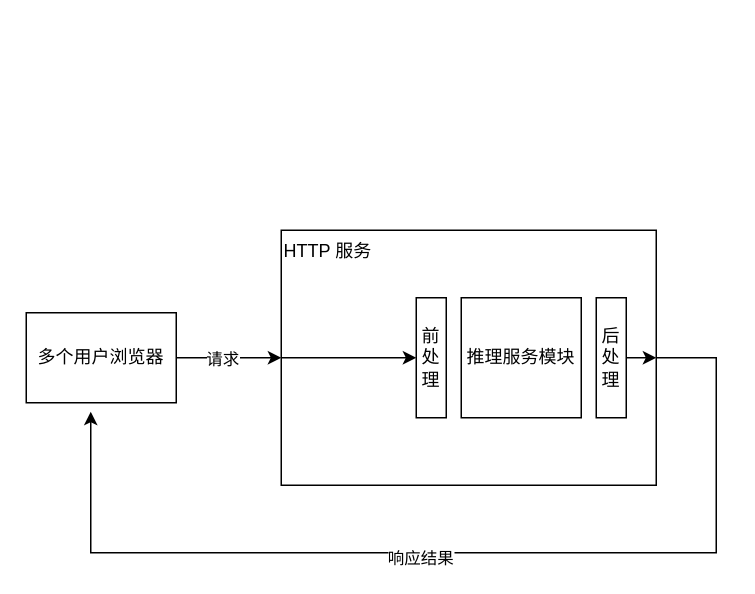
DaskiSnow/drawioFiles keeps this draw.io diagram as work_总体方案图.drawio. Above is the earlier version. Source tidied: cells renumbered, new cells numbered last; positions are measured from the earlier drawing's top-left corner, leaving out a move shared by most shapes. Both pictures are drawn from the tidied source at 150%, with x=0, y=0 at pixel (26, 230).
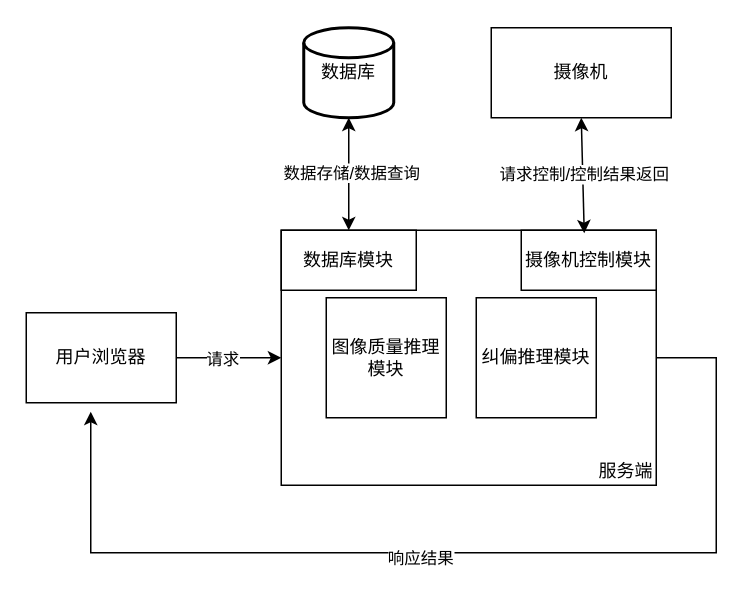
The same diagram, later.

Commit message (it also covers changes not shown here):
更新work_总体方案图.drawio

What changed in the source:
```diff
@@
-    <mxCell id="2" value="多个用户浏览器" style="rounded=0;whiteSpace=wrap;html=1;" parent="1" vertex="1">
+    <mxCell id="2" value="用户浏览器" style="rounded=0;whiteSpace=wrap;html=1;" parent="1" vertex="1">
       <mxGeometry y="55" width="100" height="60" as="geometry" />
     </mxCell>
-    <mxCell id="3" value="HTTP 服务" style="rounded=0;whiteSpace=wrap;html=1;align=left;verticalAlign=top;" parent="1" vertex="1">
+    <mxCell id="3" value="服务端" style="rounded=0;whiteSpace=wrap;html=1;align=right;verticalAlign=bottom;" parent="1" vertex="1">
       <mxGeometry x="170" width="250" height="170" as="geometry" />
     </mxCell>
-    <mxCell id="4" value="推理服务模块" style="whiteSpace=wrap;html=1;align=center;" parent="1" vertex="1">
-      <mxGeometry x="290" y="45" width="80" height="80" as="geometry" />
+    <mxCell id="4" value="纠偏推理模块" style="whiteSpace=wrap;html=1;align=center;" parent="1" vertex="1">
+      <mxGeometry x="300" y="45" width="80" height="80" as="geometry" />
     </mxCell>
-    <mxCell id="5" value="前处理" style="rounded=0;whiteSpace=wrap;html=1;" parent="1" vertex="1">
-      <mxGeometry x="260" y="45" width="20" height="80" as="geometry" />
+    <mxCell id="5" value="摄像机控制模块" style="rounded=0;whiteSpace=wrap;html=1;" parent="1" vertex="1">
+      <mxGeometry x="330" width="90" height="40" as="geometry" />
     </mxCell>
-    <mxCell id="6" value="后处理" style="rounded=0;whiteSpace=wrap;html=1;" parent="1" vertex="1">
-      <mxGeometry x="380" y="45" width="20" height="80" as="geometry" />
+    <mxCell id="6" value="图像质量推理模块" style="rounded=0;whiteSpace=wrap;html=1;" parent="1" vertex="1">
+      <mxGeometry x="200" y="45" width="80" height="80" as="geometry" />
     </mxCell>
@@
-    <mxCell id="11" style="endArrow=classic;html=1;rounded=0;exitX=0;exitY=0.5;exitDx=0;exitDy=0;entryX=0;entryY=0.5;entryDx=0;entryDy=0;" parent="1" edge="1" source="3" target="5">
-      <mxGeometry relative="1" as="geometry" />
-    </mxCell>
-    <mxCell id="12" style="endArrow=classic;html=1;rounded=0;exitX=1;exitY=0.5;exitDx=0;exitDy=0;" parent="1" edge="1" source="6" target="3">
-      <mxGeometry relative="1" as="geometry" />
-    </mxCell>
+    <mxCell id="13" style="endArrow=classic;startArrow=classic;html=1;rounded=0;entryX=0.5;entryY=1;entryDx=0;entryDy=0;exitX=0.5;exitY=0;exitDx=0;exitDy=0;" parent="1" edge="1" source="18">
+      <mxGeometry relative="1" as="geometry">
+        <mxPoint x="215" y="-75" as="targetPoint" />
+      </mxGeometry>
+    </mxCell>
+    <mxCell id="14" value="数据存储/数据查询" style="edgeLabel;html=1;align=center;verticalAlign=middle;" parent="13" vertex="1">
+      <mxGeometry x="0.04" y="-1" relative="1" as="geometry" />
+    </mxCell>
+    <mxCell id="15" value="摄像机" style="rounded=0;whiteSpace=wrap;html=1;" parent="1" vertex="1">
+      <mxGeometry x="310" y="-135" width="120" height="60" as="geometry" />
+    </mxCell>
+    <mxCell id="16" style="endArrow=classic;startArrow=classic;html=1;rounded=0;entryX=0.5;entryY=1;entryDx=0;entryDy=0;exitX=0.808;exitY=0.012;exitDx=0;exitDy=0;exitPerimeter=0;" parent="1" edge="1" source="3" target="15">
+      <mxGeometry relative="1" as="geometry" />
+    </mxCell>
+    <mxCell id="17" value="请求控制/控制结果返回" style="edgeLabel;html=1;align=center;verticalAlign=middle;" parent="16" vertex="1">
+      <mxGeometry x="0.04" y="-1" relative="1" as="geometry" />
+    </mxCell>
+    <mxCell id="18" value="数据库模块" style="rounded=0;whiteSpace=wrap;html=1;" parent="1" vertex="1">
+      <mxGeometry x="170" width="90" height="40" as="geometry" />
+    </mxCell>
+    <mxCell id="19" value="数据库" style="strokeWidth=2;html=1;shape=mxgraph.flowchart.database;whiteSpace=wrap;" parent="1" vertex="1">
+      <mxGeometry x="185" y="-135" width="60" height="60" as="geometry" />
+    </mxCell>
```
